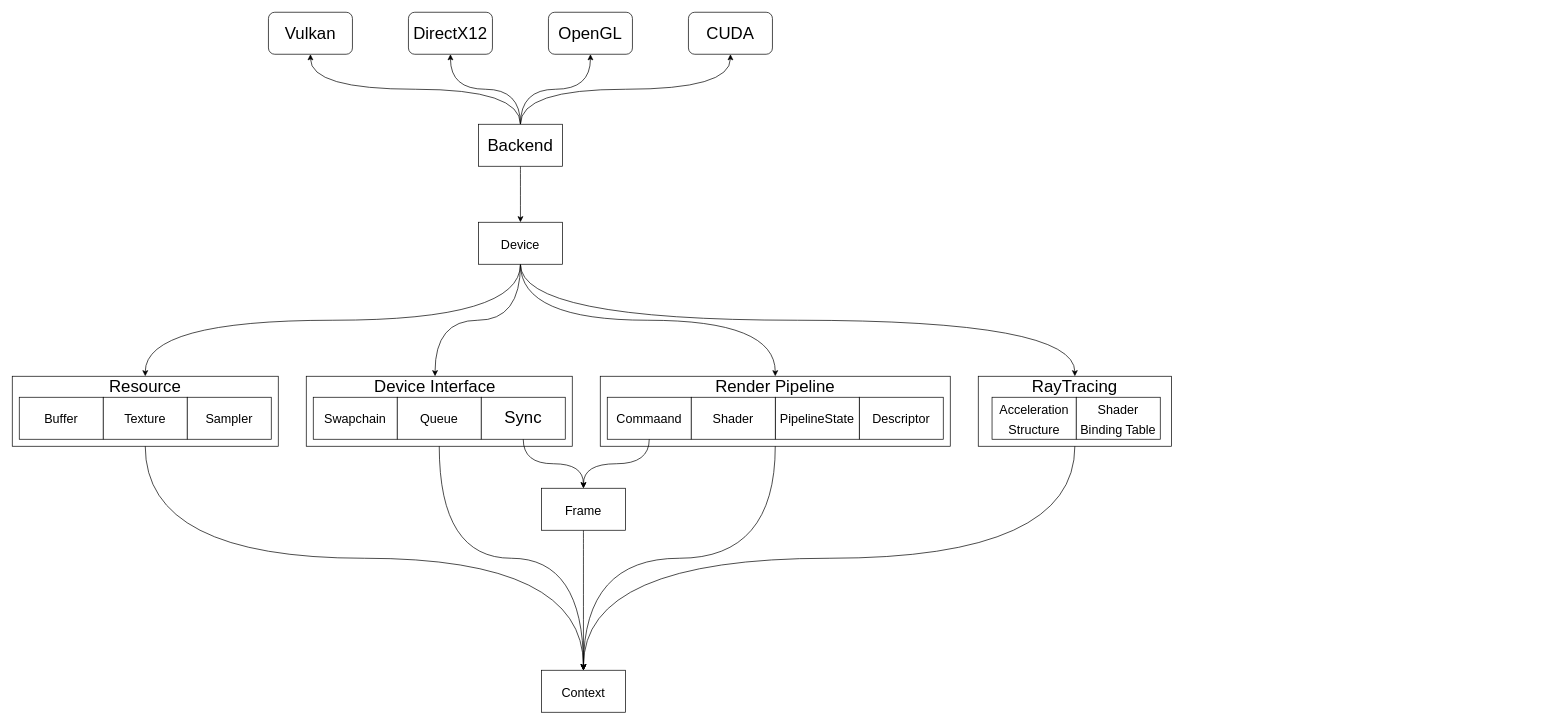
The draw.io diagram Doc/RHI.drawio in Chaf-Libraries/Ilum, before the edit. Source tidied: cells renumbered, new cells numbered last; positions are measured from the earlier drawing's top-left corner, leaving out a move shared by most shapes. Both pictures are drawn from the tidied source at 70%, with x=0, y=0 at pixel (12, 12).
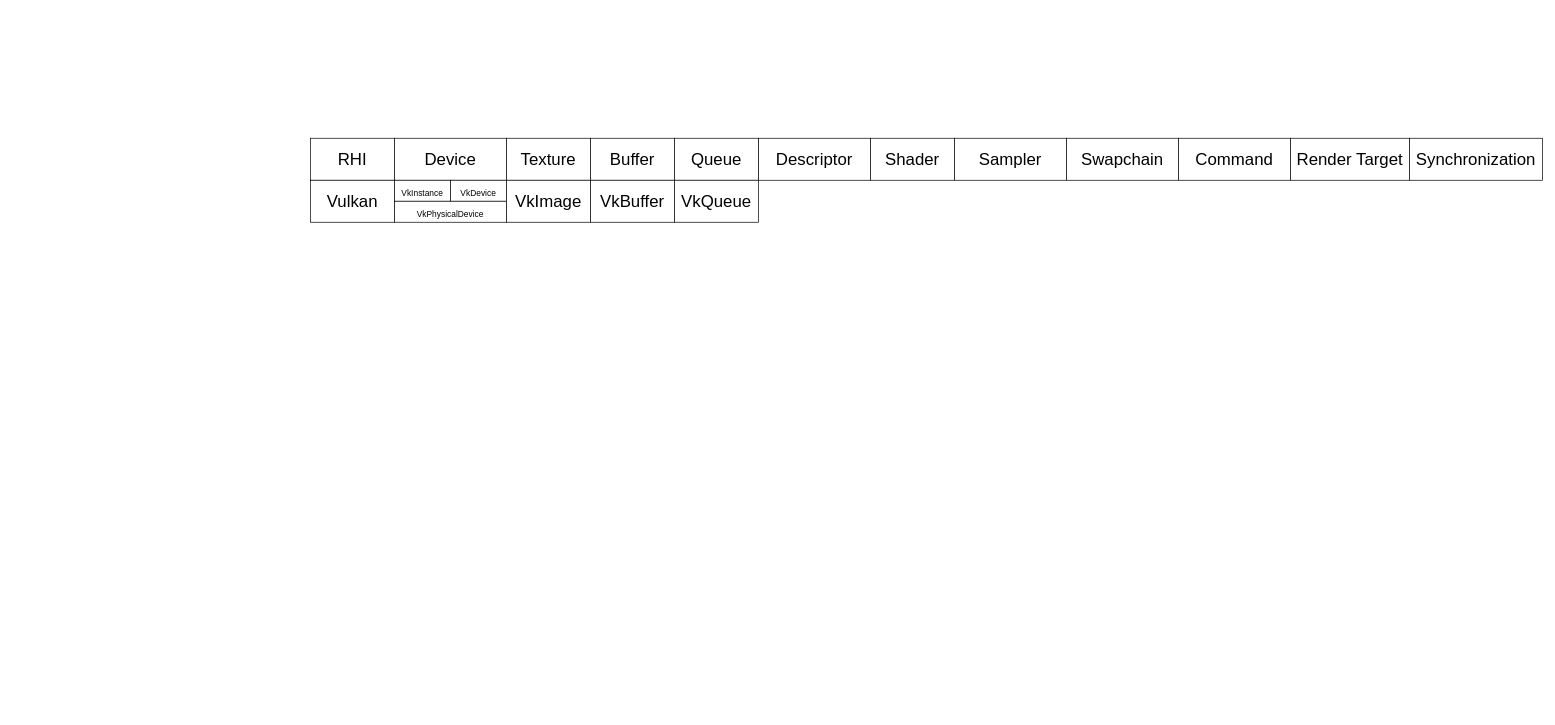
Above is the later version.

Diff of the diagram source:
```diff
@@
-<mxGraphModel background="#FFFFFF">
+<mxGraphModel>
@@
-    <mxCell id="2" style="edgeStyle=orthogonalEdgeStyle;html=1;exitX=0.5;exitY=0;exitDx=0;exitDy=0;entryX=0.5;entryY=1;entryDx=0;entryDy=0;fontSize=24;curved=1;" parent="1" edge="1" source="7" target="8">
-      <mxGeometry relative="1" as="geometry" />
-    </mxCell>
-    <mxCell id="3" style="edgeStyle=orthogonalEdgeStyle;curved=1;html=1;exitX=0.5;exitY=0;exitDx=0;exitDy=0;entryX=0.5;entryY=1;entryDx=0;entryDy=0;fontSize=24;" parent="1" edge="1" source="7" target="10">
-      <mxGeometry relative="1" as="geometry" />
-    </mxCell>
-    <mxCell id="4" style="edgeStyle=orthogonalEdgeStyle;curved=1;html=1;exitX=0.5;exitY=0;exitDx=0;exitDy=0;entryX=0.5;entryY=1;entryDx=0;entryDy=0;fontSize=24;" parent="1" edge="1" source="7" target="9">
-      <mxGeometry relative="1" as="geometry" />
-    </mxCell>
-    <mxCell id="5" style="edgeStyle=orthogonalEdgeStyle;curved=1;html=1;exitX=0.5;exitY=1;exitDx=0;exitDy=0;fontSize=24;" parent="1" edge="1" source="7" target="15">
-      <mxGeometry relative="1" as="geometry" />
-    </mxCell>
-    <mxCell id="6" style="edgeStyle=orthogonalEdgeStyle;curved=1;html=1;exitX=0.5;exitY=0;exitDx=0;exitDy=0;entryX=0.5;entryY=1;entryDx=0;entryDy=0;fontSize=24;" parent="1" edge="1" source="7" target="47">
-      <mxGeometry relative="1" as="geometry" />
-    </mxCell>
-    <mxCell id="7" value="&lt;font style=&quot;font-size: 24px&quot;&gt;Backend&lt;/font&gt;" style="rounded=0;whiteSpace=wrap;html=1;" parent="1" vertex="1">
-      <mxGeometry x="666" y="160" width="120" height="60" as="geometry" />
-    </mxCell>
+    <mxCell id="49" value="&lt;font style=&quot;font-size: 24px;&quot;&gt;RHI&lt;/font&gt;" style="rounded=0;whiteSpace=wrap;html=1;" parent="1" vertex="1">
+      <mxGeometry x="426" y="180" width="120" height="60" as="geometry" />
+    </mxCell>
+    <mxCell id="15" value="&lt;font style=&quot;font-size: 24px;&quot;&gt;Device&lt;/font&gt;" style="rounded=0;whiteSpace=wrap;html=1;" parent="1" vertex="1">
+      <mxGeometry x="546" y="180" width="160" height="60" as="geometry" />
+    </mxCell>
-    <mxCell id="8" value="Vulkan" style="rounded=1;whiteSpace=wrap;html=1;fontSize=24;" parent="1" vertex="1">
-      <mxGeometry x="366" width="120" height="60" as="geometry" />
+    <mxCell id="8" value="Vulkan" style="rounded=0;whiteSpace=wrap;html=1;fontSize=24;" parent="1" vertex="1">
+      <mxGeometry x="426" y="240" width="120" height="60" as="geometry" />
     </mxCell>
-    <mxCell id="9" value="DirectX12" style="rounded=1;whiteSpace=wrap;html=1;fontSize=24;" parent="1" vertex="1">
-      <mxGeometry x="566" width="120" height="60" as="geometry" />
-    </mxCell>
-    <mxCell id="10" value="OpenGL" style="rounded=1;whiteSpace=wrap;html=1;fontSize=24;" parent="1" vertex="1">
-      <mxGeometry x="766" width="120" height="60" as="geometry" />
-    </mxCell>
-    <mxCell id="11" style="edgeStyle=orthogonalEdgeStyle;curved=1;html=1;exitX=0.5;exitY=1;exitDx=0;exitDy=0;entryX=0.5;entryY=0;entryDx=0;entryDy=0;fontSize=24;" parent="1" edge="1" source="15" target="24">
-      <mxGeometry relative="1" as="geometry" />
-    </mxCell>
-    <mxCell id="12" style="edgeStyle=orthogonalEdgeStyle;curved=1;html=1;exitX=0.5;exitY=1;exitDx=0;exitDy=0;entryX=0.5;entryY=0;entryDx=0;entryDy=0;fontSize=24;" parent="1" edge="1" source="15" target="41">
-      <mxGeometry relative="1" as="geometry" />
-    </mxCell>
-    <mxCell id="13" style="edgeStyle=orthogonalEdgeStyle;curved=1;html=1;exitX=0.5;exitY=1;exitDx=0;exitDy=0;fontSize=24;" parent="1" edge="1" source="15" target="37">
-      <mxGeometry relative="1" as="geometry" />
-    </mxCell>
-    <mxCell id="14" style="edgeStyle=orthogonalEdgeStyle;curved=1;html=1;exitX=0.5;exitY=1;exitDx=0;exitDy=0;entryX=0.5;entryY=0;entryDx=0;entryDy=0;fontSize=24;" parent="1" edge="1" source="15" target="30">
-      <mxGeometry relative="1" as="geometry" />
-    </mxCell>
-    <mxCell id="15" value="&lt;font style=&quot;font-size: 18px&quot;&gt;Device&lt;/font&gt;" style="rounded=0;whiteSpace=wrap;html=1;fontSize=24;" parent="1" vertex="1">
-      <mxGeometry x="666" y="300" width="120" height="60" as="geometry" />
-    </mxCell>
-    <mxCell id="16" value="&lt;font style=&quot;font-size: 18px&quot;&gt;Context&lt;/font&gt;" style="rounded=0;whiteSpace=wrap;html=1;fontSize=24;" parent="1" vertex="1">
-      <mxGeometry x="756" y="940" width="120" height="60" as="geometry" />
-    </mxCell>
-    <mxCell id="17" style="edgeStyle=orthogonalEdgeStyle;html=1;exitX=0.5;exitY=1;exitDx=0;exitDy=0;entryX=0.5;entryY=0;entryDx=0;entryDy=0;curved=1;" parent="1" edge="1" source="18" target="16">
-      <mxGeometry relative="1" as="geometry" />
-    </mxCell>
-    <mxCell id="18" value="&lt;font style=&quot;font-size: 18px&quot;&gt;Frame&lt;br&gt;&lt;/font&gt;" style="rounded=0;whiteSpace=wrap;html=1;fontSize=24;" parent="1" vertex="1">
-      <mxGeometry x="756" y="680" width="120" height="60" as="geometry" />
-    </mxCell>
-    <mxCell id="19" style="group;" parent="1" vertex="1">
-      <mxGeometry y="520" width="380" height="100" as="geometry" />
-    </mxCell>
-    <mxCell id="20" style="rounded=0;whiteSpace=wrap;html=1;fontSize=14;" parent="19" vertex="1">
-      <mxGeometry width="380" height="100" as="geometry" />
-    </mxCell>
+    <mxCell id="50" value="&lt;font style=&quot;font-size: 12px;&quot;&gt;VkInstance&lt;/font&gt;" style="rounded=0;whiteSpace=wrap;html=1;fontSize=24;" parent="1" vertex="1">
+      <mxGeometry x="546" y="240" width="80" height="30" as="geometry" />
+    </mxCell>
+    <mxCell id="51" value="&lt;font style=&quot;font-size: 12px;&quot;&gt;VkDevice&lt;/font&gt;" style="rounded=0;whiteSpace=wrap;html=1;fontSize=24;" parent="1" vertex="1">
+      <mxGeometry x="626" y="240" width="80" height="30" as="geometry" />
+    </mxCell>
+    <mxCell id="52" value="&lt;font style=&quot;font-size: 12px;&quot;&gt;VkPhysicalDevice&lt;/font&gt;" style="rounded=0;whiteSpace=wrap;html=1;fontSize=24;" parent="1" vertex="1">
+      <mxGeometry x="546" y="270" width="160" height="30" as="geometry" />
+    </mxCell>
+    <mxCell id="22" value="&lt;font style=&quot;font-size: 24px;&quot;&gt;Texture&lt;/font&gt;" style="rounded=0;whiteSpace=wrap;html=1;" parent="1" vertex="1">
+      <mxGeometry x="706" y="180" width="120" height="60" as="geometry" />
+    </mxCell>
+    <mxCell id="53" value="&lt;font style=&quot;font-size: 24px;&quot;&gt;VkImage&lt;/font&gt;" style="rounded=0;whiteSpace=wrap;html=1;fontSize=24;" parent="1" vertex="1">
+      <mxGeometry x="706" y="240" width="120" height="60" as="geometry" />
+    </mxCell>
-    <mxCell id="21" value="&lt;font style=&quot;font-size: 18px&quot;&gt;Buffer&lt;/font&gt;" style="rounded=0;whiteSpace=wrap;html=1;fontSize=24;" parent="19" vertex="1">
-      <mxGeometry x="10" y="30" width="120" height="60" as="geometry" />
+    <mxCell id="21" value="&lt;font style=&quot;font-size: 24px;&quot;&gt;Buffer&lt;/font&gt;" style="rounded=0;whiteSpace=wrap;html=1;" parent="1" vertex="1">
+      <mxGeometry x="826" y="180" width="120" height="60" as="geometry" />
     </mxCell>
-    <mxCell id="22" value="&lt;font style=&quot;font-size: 18px&quot;&gt;Texture&lt;/font&gt;" style="rounded=0;whiteSpace=wrap;html=1;fontSize=24;" parent="19" vertex="1">
-      <mxGeometry x="130" y="30" width="120" height="60" as="geometry" />
-    </mxCell>
+    <mxCell id="54" value="&lt;font style=&quot;font-size: 24px;&quot;&gt;VkBuffer&lt;/font&gt;" style="rounded=0;whiteSpace=wrap;html=1;fontSize=24;" parent="1" vertex="1">
+      <mxGeometry x="826" y="240" width="120" height="60" as="geometry" />
+    </mxCell>
+    <mxCell id="28" value="&lt;font style=&quot;font-size: 24px;&quot;&gt;Queue&lt;/font&gt;" style="rounded=0;whiteSpace=wrap;html=1;" parent="1" vertex="1">
+      <mxGeometry x="946" y="180" width="120" height="60" as="geometry" />
+    </mxCell>
+    <mxCell id="34" value="&lt;font style=&quot;font-size: 24px;&quot;&gt;Descriptor&lt;/font&gt;" style="rounded=0;whiteSpace=wrap;html=1;" parent="1" vertex="1">
+      <mxGeometry x="1066" y="180" width="160" height="60" as="geometry" />
+    </mxCell>
+    <mxCell id="36" value="&lt;font style=&quot;font-size: 24px;&quot;&gt;Shader&lt;/font&gt;" style="rounded=0;whiteSpace=wrap;html=1;" parent="1" vertex="1">
+      <mxGeometry x="1226" y="180" width="120" height="60" as="geometry" />
+    </mxCell>
-    <mxCell id="23" value="&lt;font style=&quot;font-size: 18px&quot;&gt;Sampler&lt;br&gt;&lt;/font&gt;" style="rounded=0;whiteSpace=wrap;html=1;fontSize=24;" parent="19" vertex="1">
-      <mxGeometry x="250" y="30" width="120" height="60" as="geometry" />
+    <mxCell id="23" value="&lt;font style=&quot;font-size: 24px;&quot;&gt;Sampler&lt;/font&gt;" style="rounded=0;whiteSpace=wrap;html=1;" parent="1" vertex="1">
+      <mxGeometry x="1346" y="180" width="160" height="60" as="geometry" />
     </mxCell>
-    <mxCell id="24" value="&lt;font style=&quot;font-size: 24px&quot;&gt;Resource&lt;/font&gt;" style="text;html=1;strokeColor=none;fillColor=none;align=center;verticalAlign=middle;whiteSpace=wrap;rounded=0;fontSize=14;" parent="19" vertex="1">
-      <mxGeometry x="130" width="120" height="30" as="geometry" />
-    </mxCell>
-    <mxCell id="25" style="group;" parent="1" vertex="1">
-      <mxGeometry x="420" y="520" width="380" height="100" as="geometry" />
-    </mxCell>
-    <mxCell id="26" style="rounded=0;whiteSpace=wrap;html=1;fontSize=24;" parent="25" vertex="1">
-      <mxGeometry width="380" height="100" as="geometry" />
-    </mxCell>
-    <mxCell id="27" value="&lt;font style=&quot;font-size: 18px&quot;&gt;Swapchain&lt;br&gt;&lt;/font&gt;" style="rounded=0;whiteSpace=wrap;html=1;fontSize=24;" parent="25" vertex="1">
-      <mxGeometry x="10" y="30" width="120" height="60" as="geometry" />
+    <mxCell id="27" value="&lt;font style=&quot;font-size: 24px;&quot;&gt;Swapchain&lt;/font&gt;" style="rounded=0;whiteSpace=wrap;html=1;" parent="1" vertex="1">
+      <mxGeometry x="1506" y="180" width="160" height="60" as="geometry" />
     </mxCell>
-    <mxCell id="28" value="&lt;font style=&quot;font-size: 18px&quot;&gt;Queue&lt;br&gt;&lt;/font&gt;" style="rounded=0;whiteSpace=wrap;html=1;fontSize=24;" parent="25" vertex="1">
-      <mxGeometry x="130" y="30" width="120" height="60" as="geometry" />
-    </mxCell>
-    <mxCell id="29" value="&lt;font&gt;&lt;font style=&quot;font-size: 24px&quot;&gt;Sync&lt;/font&gt;&lt;br&gt;&lt;/font&gt;" style="rounded=0;whiteSpace=wrap;html=1;fontSize=24;" parent="25" vertex="1">
-      <mxGeometry x="250" y="30" width="120" height="60" as="geometry" />
-    </mxCell>
-    <mxCell id="30" value="Device Interface" style="text;html=1;strokeColor=none;fillColor=none;align=center;verticalAlign=middle;whiteSpace=wrap;rounded=0;fontSize=24;" parent="25" vertex="1">
-      <mxGeometry x="79" width="210" height="30" as="geometry" />
-    </mxCell>
-    <mxCell id="31" style="group;" parent="1" vertex="1">
-      <mxGeometry x="840" y="520" width="500" height="100" as="geometry" />
-    </mxCell>
-    <mxCell id="32" style="rounded=0;whiteSpace=wrap;html=1;fontSize=24;" parent="31" vertex="1">
-      <mxGeometry width="500" height="100" as="geometry" />
-    </mxCell>
-    <mxCell id="33" value="&lt;font style=&quot;font-size: 18px&quot;&gt;Commaand&lt;/font&gt;" style="rounded=0;whiteSpace=wrap;html=1;fontSize=24;" parent="31" vertex="1">
-      <mxGeometry x="10" y="30" width="120" height="60" as="geometry" />
-    </mxCell>
-    <mxCell id="34" value="&lt;font style=&quot;font-size: 18px&quot;&gt;Descriptor&lt;br&gt;&lt;/font&gt;" style="rounded=0;whiteSpace=wrap;html=1;fontSize=24;" parent="31" vertex="1">
-      <mxGeometry x="370" y="30" width="120" height="60" as="geometry" />
-    </mxCell>
-    <mxCell id="35" value="&lt;font style=&quot;font-size: 18px&quot;&gt;PipelineState&lt;br&gt;&lt;/font&gt;" style="rounded=0;whiteSpace=wrap;html=1;fontSize=24;" parent="31" vertex="1">
-      <mxGeometry x="250" y="30" width="120" height="60" as="geometry" />
-    </mxCell>
-    <mxCell id="36" value="&lt;font style=&quot;font-size: 18px&quot;&gt;Shader&lt;br&gt;&lt;/font&gt;" style="rounded=0;whiteSpace=wrap;html=1;fontSize=24;" parent="31" vertex="1">
-      <mxGeometry x="130" y="30" width="120" height="60" as="geometry" />
-    </mxCell>
-    <mxCell id="37" value="Render Pipeline" style="text;html=1;strokeColor=none;fillColor=none;align=center;verticalAlign=middle;whiteSpace=wrap;rounded=0;fontSize=24;" parent="31" vertex="1">
-      <mxGeometry x="145" width="210" height="30" as="geometry" />
-    </mxCell>
-    <mxCell id="38" style="group;" parent="1" vertex="1">
-      <mxGeometry x="1380" y="520" width="276" height="100" as="geometry" />
-    </mxCell>
-    <mxCell id="39" style="rounded=0;whiteSpace=wrap;html=1;fontSize=24;" parent="38" vertex="1">
-      <mxGeometry width="276" height="100" as="geometry" />
-    </mxCell>
-    <mxCell id="40" value="&lt;font style=&quot;font-size: 18px&quot;&gt;Acceleration&lt;br&gt;Structure&lt;br&gt;&lt;/font&gt;" style="rounded=0;whiteSpace=wrap;html=1;fontSize=24;" parent="38" vertex="1">
-      <mxGeometry x="19.7" y="30" width="120.3" height="60" as="geometry" />
-    </mxCell>
-    <mxCell id="41" value="RayTracing" style="text;html=1;strokeColor=none;fillColor=none;align=center;verticalAlign=middle;whiteSpace=wrap;rounded=0;fontSize=24;" parent="38" vertex="1">
-      <mxGeometry width="276" height="30" as="geometry" />
-    </mxCell>
-    <mxCell id="42" style="edgeStyle=orthogonalEdgeStyle;curved=1;html=1;exitX=0.5;exitY=1;exitDx=0;exitDy=0;entryX=0.5;entryY=0;entryDx=0;entryDy=0;fontSize=24;" parent="1" edge="1" source="29" target="18">
-      <mxGeometry relative="1" as="geometry" />
-    </mxCell>
-    <mxCell id="43" style="edgeStyle=orthogonalEdgeStyle;curved=1;html=1;exitX=0.5;exitY=1;exitDx=0;exitDy=0;entryX=0.5;entryY=0;entryDx=0;entryDy=0;fontSize=24;" parent="1" edge="1" source="33" target="18">
-      <mxGeometry relative="1" as="geometry" />
-    </mxCell>
-    <mxCell id="44" style="edgeStyle=orthogonalEdgeStyle;curved=1;html=1;exitX=0.5;exitY=1;exitDx=0;exitDy=0;entryX=0.5;entryY=0;entryDx=0;entryDy=0;fontSize=24;" parent="1" edge="1" source="20" target="16">
-      <mxGeometry relative="1" as="geometry" />
-    </mxCell>
-    <mxCell id="45" style="edgeStyle=orthogonalEdgeStyle;curved=1;html=1;exitX=0.5;exitY=1;exitDx=0;exitDy=0;entryX=0.5;entryY=0;entryDx=0;entryDy=0;fontSize=24;" parent="1" edge="1" source="32" target="16">
-      <mxGeometry relative="1" as="geometry" />
-    </mxCell>
-    <mxCell id="46" style="edgeStyle=orthogonalEdgeStyle;curved=1;html=1;exitX=0.5;exitY=1;exitDx=0;exitDy=0;entryX=0.5;entryY=0;entryDx=0;entryDy=0;fontSize=24;" parent="1" edge="1" source="39" target="16">
-      <mxGeometry relative="1" as="geometry" />
-    </mxCell>
-    <mxCell id="47" value="CUDA" style="rounded=1;whiteSpace=wrap;html=1;fontSize=24;" parent="1" vertex="1">
-      <mxGeometry x="966" width="120" height="60" as="geometry" />
-    </mxCell>
-    <mxCell id="48" value="&lt;font style=&quot;font-size: 18px&quot;&gt;Shader Binding Table&lt;br&gt;&lt;/font&gt;" style="rounded=0;whiteSpace=wrap;html=1;fontSize=24;" parent="1" vertex="1">
-      <mxGeometry x="1520" y="550" width="120" height="60" as="geometry" />
-    </mxCell>
-    <mxCell id="49" style="edgeStyle=orthogonalEdgeStyle;html=1;exitX=0.5;exitY=1;exitDx=0;exitDy=0;entryX=0.5;entryY=0;entryDx=0;entryDy=0;curved=1;" parent="1" edge="1" source="26" target="16">
-      <mxGeometry relative="1" as="geometry" />
-    </mxCell>
+    <mxCell id="55" value="&lt;font style=&quot;font-size: 24px;&quot;&gt;Command&lt;/font&gt;" style="rounded=0;whiteSpace=wrap;html=1;" parent="1" vertex="1">
+      <mxGeometry x="1666" y="180" width="160" height="60" as="geometry" />
+    </mxCell>
+    <mxCell id="56" value="&lt;font style=&quot;font-size: 24px;&quot;&gt;Render Target&lt;/font&gt;" style="rounded=0;whiteSpace=wrap;html=1;" parent="1" vertex="1">
+      <mxGeometry x="1826" y="180" width="170" height="60" as="geometry" />
+    </mxCell>
+    <mxCell id="57" value="&lt;span style=&quot;font-size: 24px;&quot;&gt;Synchronization&lt;/span&gt;" style="rounded=0;whiteSpace=wrap;html=1;" parent="1" vertex="1">
+      <mxGeometry x="1996" y="180" width="190" height="60" as="geometry" />
+    </mxCell>
+    <mxCell id="58" value="&lt;font style=&quot;font-size: 24px;&quot;&gt;VkQueue&lt;/font&gt;" style="rounded=0;whiteSpace=wrap;html=1;fontSize=24;" parent="1" vertex="1">
+      <mxGeometry x="946" y="240" width="120" height="60" as="geometry" />
+    </mxCell>
```
